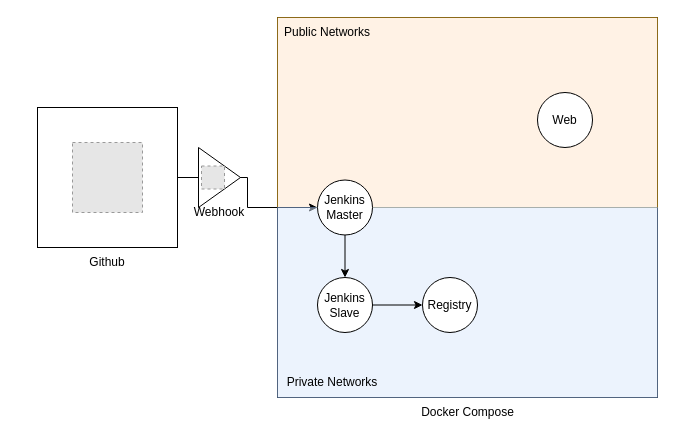
Before: aurora_labs.drawio in GadW6/aurora_labs, a draw.io diagram. Source tidied: cells renumbered, new cells numbered last; positions are measured from the earlier drawing's top-left corner, leaving out a move shared by most shapes. Both pictures are drawn from the tidied source at 100%, with x=0, y=0 at pixel (37, 17). Pictures stored in the file or linked from it are replaced by grey dashed boxes.
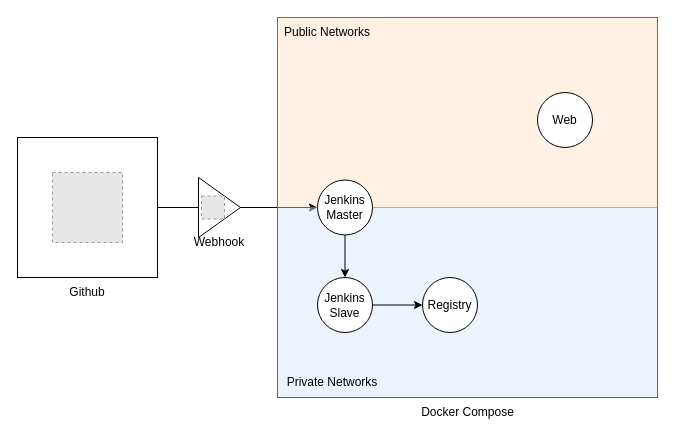
After the change.

Change to the diagram source:
```diff
@@
-<mxGraphModel>
+<mxGraphModel background="#FFFFFF">
@@
     <mxCell id="5" style="whiteSpace=wrap;html=1;" parent="1" vertex="1">
-      <mxGeometry y="90" width="140" height="140" as="geometry" />
+      <mxGeometry x="-20" y="120" width="140" height="140" as="geometry" />
     </mxCell>
     <mxCell id="6" style="fillColor=#E6E6E6;strokeColor=#999999;dashed=1;html=1;verticalAlign=top;verticalLabelPosition=bottom;labelBackgroundColor=#ffffff;" parent="1" vertex="1">
-      <mxGeometry x="35" y="125" width="70" height="70" as="geometry" />
+      <mxGeometry x="15" y="155" width="70" height="70" as="geometry" />
     </mxCell>
     <mxCell id="7" value="Github" style="text;html=1;strokeColor=none;fillColor=none;align=center;verticalAlign=middle;whiteSpace=wrap;rounded=0;" parent="1" vertex="1">
-      <mxGeometry x="40" y="230" width="60" height="30" as="geometry" />
+      <mxGeometry x="20" y="260" width="60" height="30" as="geometry" />
     </mxCell>
@@
     <mxCell id="16" style="triangle;whiteSpace=wrap;html=1;strokeWidth=1;" parent="1" vertex="1">
-      <mxGeometry x="161" y="130" width="42" height="60" as="geometry" />
+      <mxGeometry x="161" y="160" width="42" height="60" as="geometry" />
     </mxCell>
     <mxCell id="17" style="fillColor=#E6E6E6;strokeColor=#999999;dashed=1;html=1;verticalAlign=top;verticalLabelPosition=bottom;labelBackgroundColor=#ffffff;" parent="1" vertex="1">
-      <mxGeometry x="164" y="148.5" width="23" height="23" as="geometry" />
+      <mxGeometry x="164" y="178.5" width="23" height="23" as="geometry" />
     </mxCell>
     <mxCell id="18" value="&lt;div&gt;Webhook&lt;/div&gt;" style="text;html=1;strokeColor=none;fillColor=none;align=center;verticalAlign=middle;whiteSpace=wrap;rounded=0;" parent="1" vertex="1">
-      <mxGeometry x="152" y="180" width="60" height="30" as="geometry" />
+      <mxGeometry x="152" y="210" width="60" height="30" as="geometry" />
     </mxCell>
```
